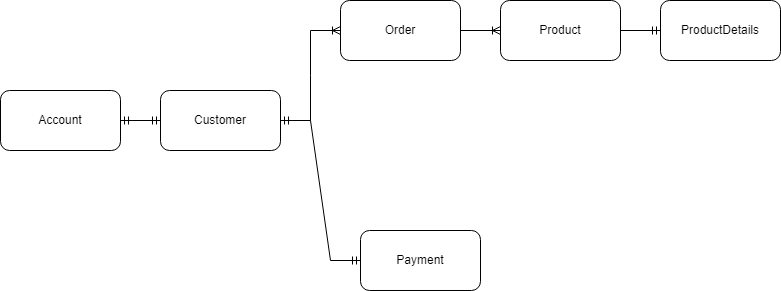
Before: ERD/P1ERD.png, a diagram exported from draw.io (22-03-14RevatureSalesforceTraining/Alchemy). Source tidied: cells renumbered, new cells last; positions are measured from the earlier drawing's top-left corner, leaving out a move shared by most shapes.
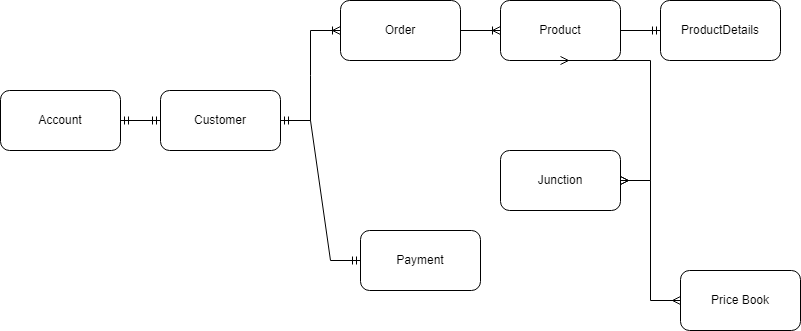
After the commit.

What changed in the source:
```diff
@@ -35,5 +35,17 @@
     <mxCell id="12" style="edgeStyle=entityRelationEdgeStyle;fontSize=12;html=1;endArrow=ERmandOne;rounded=0;entryX=0;entryY=0.5;entryDx=0;entryDy=0;" parent="1" edge="1" source="5" target="7">
       <mxGeometry relative="1" as="geometry" />
     </mxCell>
+    <mxCell id="13" value="Junction" style="rounded=1;whiteSpace=wrap;html=1;" parent="1" vertex="1">
+      <mxGeometry x="500" y="150" width="120" height="60" as="geometry" />
+    </mxCell>
+    <mxCell id="14" value="Price Book" style="rounded=1;whiteSpace=wrap;html=1;" parent="1" vertex="1">
+      <mxGeometry x="680" y="270" width="120" height="60" as="geometry" />
+    </mxCell>
+    <mxCell id="15" style="edgeStyle=entityRelationEdgeStyle;fontSize=12;html=1;endArrow=ERmany;startArrow=ERmany;rounded=0;entryX=1;entryY=0.5;entryDx=0;entryDy=0;exitX=0;exitY=0.5;exitDx=0;exitDy=0;" parent="1" edge="1" source="14" target="13">
+      <mxGeometry relative="1" as="geometry" />
+    </mxCell>
+    <mxCell id="16" style="edgeStyle=entityRelationEdgeStyle;fontSize=12;html=1;endArrow=ERmany;startArrow=ERmany;rounded=0;entryX=0.5;entryY=1;entryDx=0;entryDy=0;" parent="1" edge="1" source="13" target="5">
+      <mxGeometry relative="1" as="geometry" />
+    </mxCell>
   </root>
 </mxGraphModel>
```
